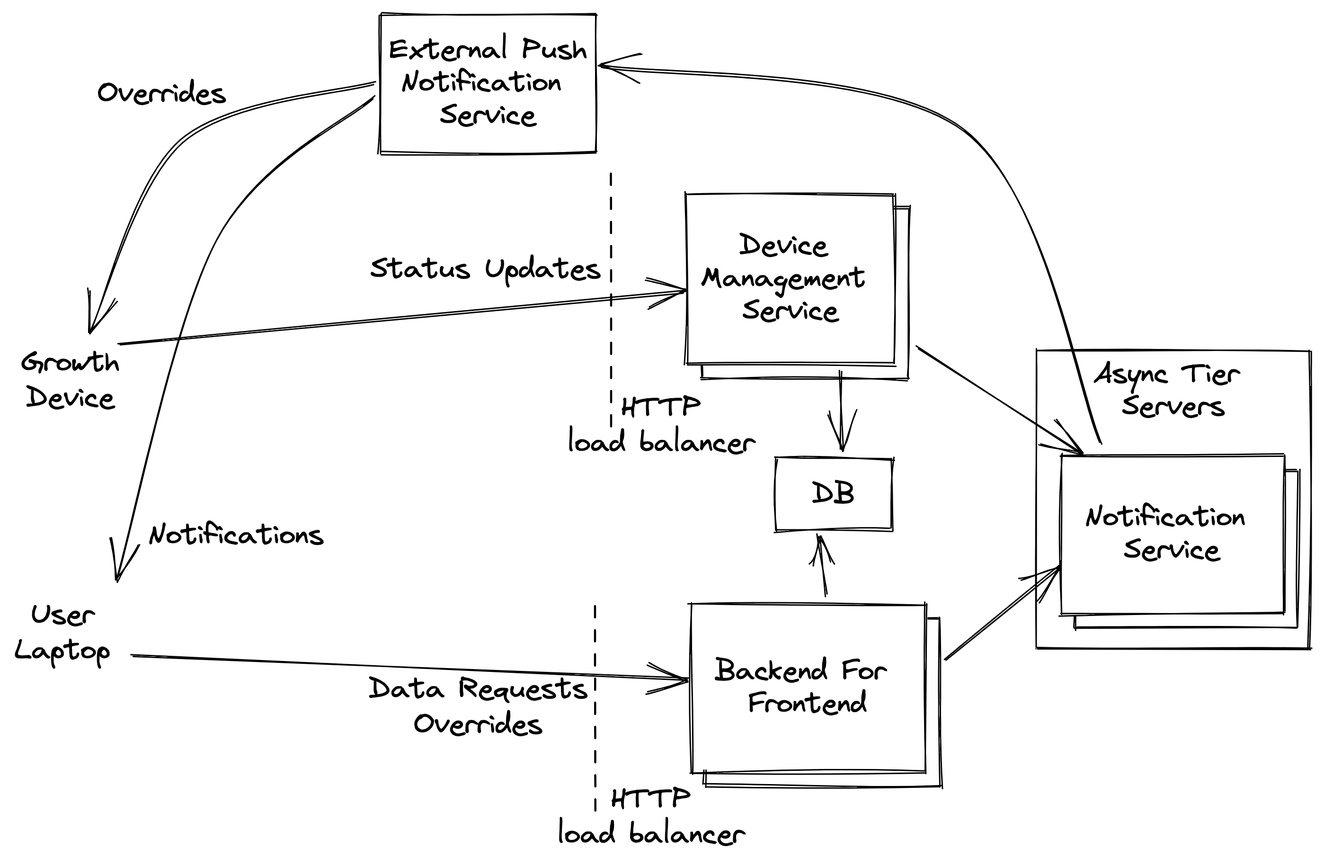
This is server-push.excalidraw.png from alsuren/interview-2022-10-31, a Excalidraw export, as it was before one commit. Source tidied: one line per element, renumbered; positions are measured from the earlier drawing's top-left corner, leaving out a move shared by most shapes.
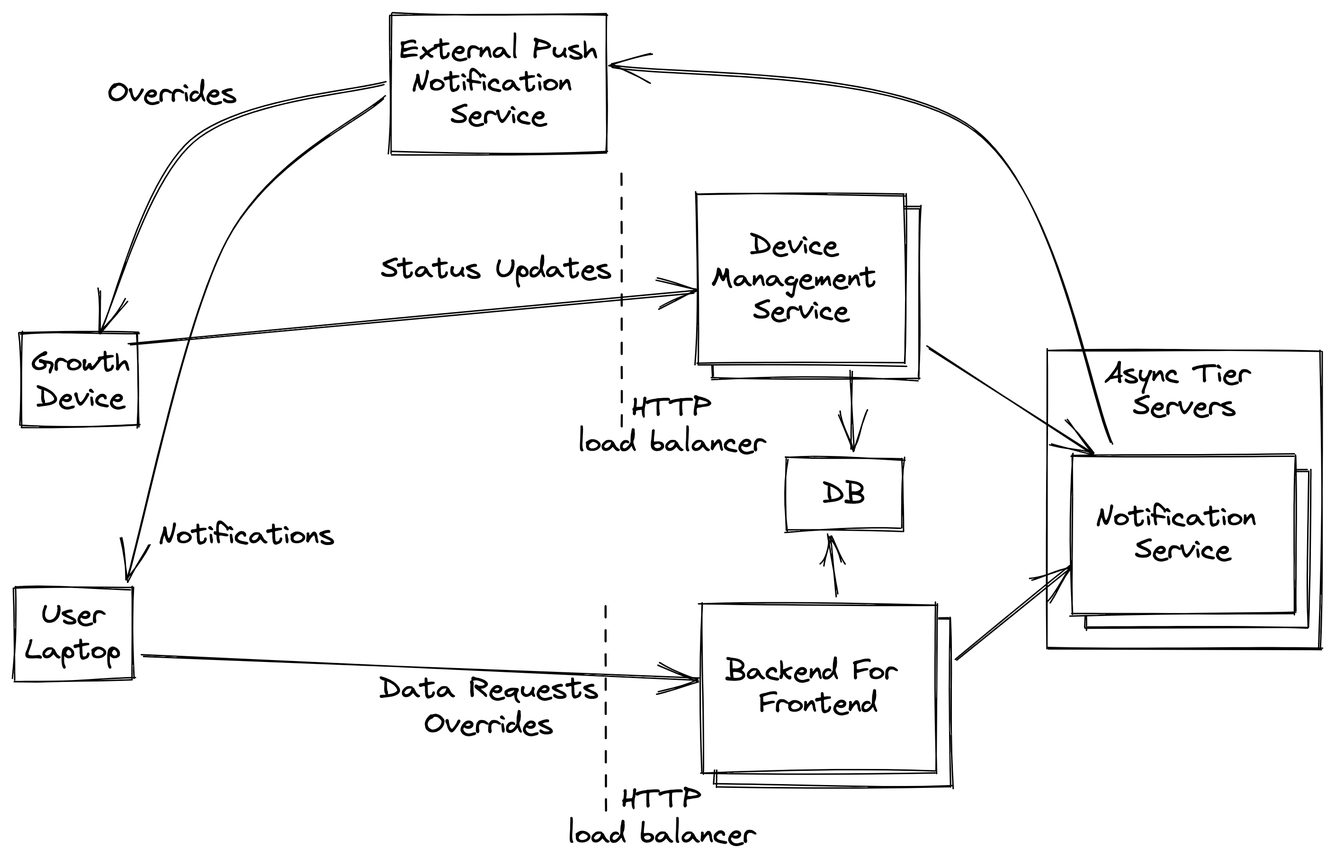
Later version of the same file.

What changed in the source:
```diff
@@ -35,3 +35,5 @@
 {"id": 34, "type": "arrow", "strokeColor": "#000000", "backgroundColor": "#fff", "fillStyle": "solid", "strokeWidth": 1, "roughness": 1, "endArrowhead": "arrow", "from": 28, "to": 17, "x": 254, "y": 58, "width": 181, "height": 339, "points": [[0, 0], [-111, 100], [-181, 339]]}
 {"id": 35, "type": "text", "text": "Notifications", "strokeColor": "#000000", "backgroundColor": "#fff", "fillStyle": "solid", "strokeWidth": 1, "roughness": 1, "fontSize": 20, "fontFamily": 1, "textAlign": "center", "x": 94, "y": 354, "width": 125, "height": 25}
 {"id": 36, "type": "text", "text": "Data Requests\nOverrides", "strokeColor": "#000000", "backgroundColor": "#fff", "fillStyle": "solid", "strokeWidth": 1, "roughness": 1, "fontSize": 20, "fontFamily": 1, "textAlign": "center", "x": 250, "y": 463, "width": 154, "height": 50}
+{"id": 37, "type": "rectangle", "strokeColor": "#000000", "strokeWidth": 1, "roughness": 1, "x": -3, "y": 225, "width": 83, "height": 65}
+{"id": 38, "type": "rectangle", "strokeColor": "#000000", "strokeWidth": 1, "roughness": 1, "x": -7, "y": 403, "width": 83, "height": 65}
```
